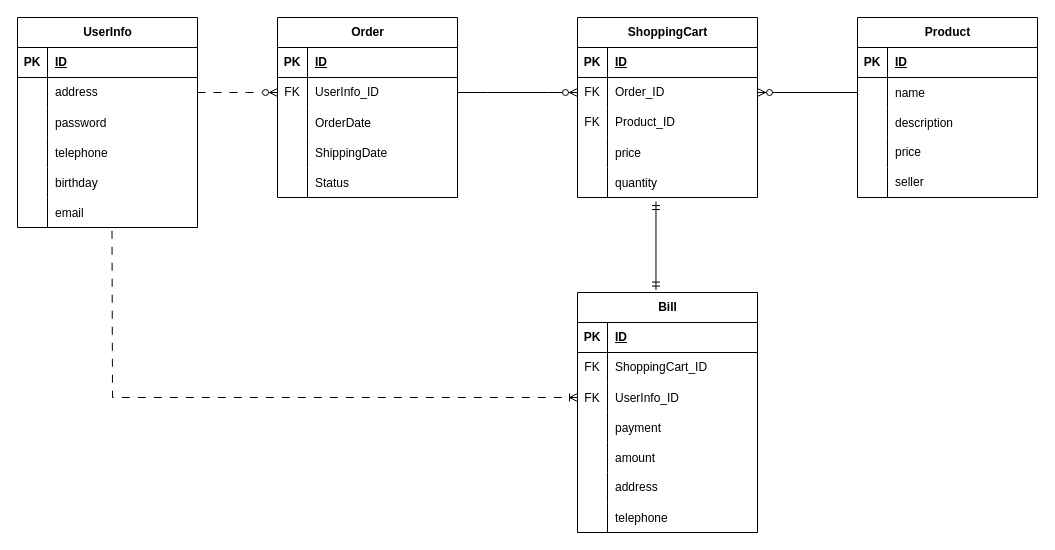
Earlier version of the draw.io diagram 未命名绘图.drawio (gyes990123/Lab_A). Source tidied: cells renumbered, new cells numbered last; positions are measured from the earlier drawing's top-left corner, leaving out a move shared by most shapes. Both pictures are drawn from the tidied source at 100%, with x=0, y=0 at pixel (17, 17).
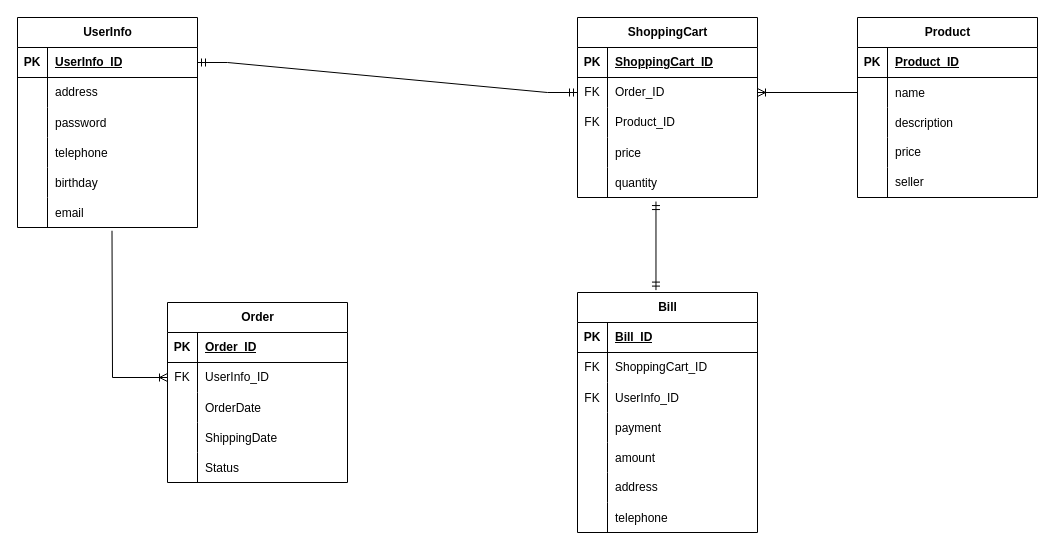
The same page after the edit.

Commit message:
更新未命名绘图.drawio

Unchanged cells that the change refers to:
```xml
<mxCell id="3" style="shape=tableRow;horizontal=0;startSize=0;swimlaneHead=0;swimlaneBody=0;fillColor=none;points=[[0,0.5],[1,0.5]];portConstraint=eastwest;top=0;left=0;right=0;bottom=1;" parent="2" vertex="1">
  <mxGeometry y="30" width="180" height="30" as="geometry" />
</mxCell>
<mxCell id="6" style="shape=tableRow;horizontal=0;startSize=0;swimlaneHead=0;swimlaneBody=0;fillColor=none;points=[[0,0.5],[1,0.5]];portConstraint=eastwest;top=0;left=0;right=0;bottom=0;" parent="2" vertex="1">
  <mxGeometry y="60" width="180" height="30" as="geometry" />
</mxCell>
<mxCell id="18" style="shape=tableRow;horizontal=0;startSize=0;swimlaneHead=0;swimlaneBody=0;fillColor=none;points=[[0,0.5],[1,0.5]];portConstraint=eastwest;top=0;left=0;right=0;bottom=0;" parent="2" vertex="1">
  <mxGeometry y="180" width="180" height="30" as="geometry" />
</mxCell>
<mxCell id="22" style="shape=tableRow;horizontal=0;startSize=0;swimlaneHead=0;swimlaneBody=0;fillColor=none;top=0;left=0;right=0;bottom=1;" parent="21" vertex="1">
  <mxGeometry y="30" width="180" height="30" as="geometry" />
</mxCell>
<mxCell id="25" style="shape=tableRow;horizontal=0;startSize=0;swimlaneHead=0;swimlaneBody=0;fillColor=none;points=[[0,0.5],[1,0.5]];portConstraint=eastwest;top=0;left=0;right=0;bottom=0;" parent="21" vertex="1">
  <mxGeometry y="60" width="180" height="30" as="geometry" />
</mxCell>
<mxCell id="38" style="shape=tableRow;horizontal=0;startSize=0;swimlaneHead=0;swimlaneBody=0;fillColor=none;top=0;left=0;right=0;bottom=1;" parent="37" vertex="1">
  <mxGeometry y="30" width="180" height="30" as="geometry" />
</mxCell>
<mxCell id="44" style="shape=tableRow;horizontal=0;startSize=0;swimlaneHead=0;swimlaneBody=0;fillColor=none;points=[[0,0.5],[1,0.5]];portConstraint=eastwest;top=0;left=0;right=0;bottom=0;" parent="37" vertex="1">
  <mxGeometry y="90" width="180" height="30" as="geometry" />
</mxCell>
<mxCell id="60" style="shape=tableRow;horizontal=0;startSize=0;swimlaneHead=0;swimlaneBody=0;fillColor=none;top=0;left=0;right=0;bottom=1;" parent="59" vertex="1">
  <mxGeometry y="30" width="180" height="30" as="geometry" />
</mxCell>
<mxCell id="63" style="shape=tableRow;horizontal=0;startSize=0;swimlaneHead=0;swimlaneBody=0;fillColor=none;points=[[0,0.5],[1,0.5]];portConstraint=eastwest;top=0;left=0;right=0;bottom=0;" parent="59" vertex="1">
  <mxGeometry y="60" width="180" height="30" as="geometry" />
</mxCell>
<mxCell id="76" style="shape=tableRow;horizontal=0;startSize=0;swimlaneHead=0;swimlaneBody=0;fillColor=none;top=0;left=0;right=0;bottom=1;" parent="75" vertex="1">
  <mxGeometry y="30" width="180" height="30" as="geometry" />
</mxCell>
<mxCell id="79" style="shape=tableRow;horizontal=0;startSize=0;swimlaneHead=0;swimlaneBody=0;fillColor=none;points=[[0,0.5],[1,0.5]];portConstraint=eastwest;top=0;left=0;right=0;bottom=0;" parent="75" vertex="1">
  <mxGeometry y="60" width="180" height="30" as="geometry" />
</mxCell>
```

What changed in the source:
```diff
@@
-    <mxCell id="5" value="ID" style="shape=partialRectangle;fillColor=none;top=0;left=0;bottom=0;right=0;align=left;spacingLeft=6;fontStyle=5;overflow=hidden;whiteSpace=wrap;html=1;" parent="3" vertex="1">
+    <mxCell id="5" value="UserInfo_ID" style="shape=partialRectangle;fillColor=none;top=0;left=0;bottom=0;right=0;align=left;spacingLeft=6;fontStyle=5;overflow=hidden;whiteSpace=wrap;html=1;" parent="3" vertex="1">
       <mxGeometry x="30" width="150" height="30" as="geometry" />
     </mxCell>
@@
-    <mxCell id="24" value="ID" style="shape=partialRectangle;fillColor=none;top=0;left=0;bottom=0;right=0;align=left;spacingLeft=6;fontStyle=5;overflow=hidden;whiteSpace=wrap;html=1;" parent="22" vertex="1">
+    <mxCell id="24" value="ShoppingCart_ID" style="shape=partialRectangle;fillColor=none;top=0;left=0;bottom=0;right=0;align=left;spacingLeft=6;fontStyle=5;overflow=hidden;whiteSpace=wrap;html=1;" parent="22" vertex="1">
       <mxGeometry x="30" width="150" height="30" as="geometry" />
     </mxCell>
@@
-    <mxCell id="40" value="ID" style="shape=partialRectangle;fillColor=none;top=0;left=0;bottom=0;right=0;align=left;spacingLeft=6;fontStyle=5;overflow=hidden;whiteSpace=wrap;html=1;" parent="38" vertex="1">
+    <mxCell id="40" value="Bill_ID" style="shape=partialRectangle;fillColor=none;top=0;left=0;bottom=0;right=0;align=left;spacingLeft=6;fontStyle=5;overflow=hidden;whiteSpace=wrap;html=1;" parent="38" vertex="1">
       <mxGeometry x="30" width="150" height="30" as="geometry" />
     </mxCell>
@@
-    <mxCell id="62" value="ID" style="shape=partialRectangle;fillColor=none;top=0;left=0;bottom=0;right=0;align=left;spacingLeft=6;fontStyle=5;overflow=hidden;whiteSpace=wrap;html=1;" parent="60" vertex="1">
+    <mxCell id="62" value="Product_ID" style="shape=partialRectangle;fillColor=none;top=0;left=0;bottom=0;right=0;align=left;spacingLeft=6;fontStyle=5;overflow=hidden;whiteSpace=wrap;html=1;" parent="60" vertex="1">
       <mxGeometry x="30" width="150" height="30" as="geometry" />
     </mxCell>
@@
     <mxCell id="75" value="Order" style="shape=table;startSize=30;childLayout=tableLayout;rowLines=0;fontStyle=1;align=center;html=1;" parent="1" vertex="1">
-      <mxGeometry x="260" width="180" height="180" as="geometry" />
+      <mxGeometry x="150" y="285" width="180" height="180" as="geometry" />
     </mxCell>
@@
-    <mxCell id="78" value="ID" style="shape=partialRectangle;fillColor=none;top=0;left=0;bottom=0;right=0;align=left;spacingLeft=6;fontStyle=5;overflow=hidden;whiteSpace=wrap;html=1;" parent="76" vertex="1">
+    <mxCell id="78" value="Order_ID" style="shape=partialRectangle;fillColor=none;top=0;left=0;bottom=0;right=0;align=left;spacingLeft=6;fontStyle=5;overflow=hidden;whiteSpace=wrap;html=1;" parent="76" vertex="1">
       <mxGeometry x="30" width="150" height="30" as="geometry" />
     </mxCell>
@@
-    <mxCell id="91" style="fontSize=12;html=1;endArrow=ERoneToMany;rounded=0;exitX=0.525;exitY=1.108;exitDx=0;exitDy=0;exitPerimeter=0;entryX=0;entryY=0.5;entryDx=0;entryDy=0;endFill=0;dashed=1;dashPattern=8 8;" parent="1" edge="1" source="18" target="44">
+    <mxCell id="91" style="fontSize=12;html=1;endArrow=ERoneToMany;rounded=0;exitX=0.525;exitY=1.108;exitDx=0;exitDy=0;exitPerimeter=0;endFill=0;entryX=0;entryY=0.5;entryDx=0;entryDy=0;" parent="1" edge="1" source="18" target="79">
       <mxGeometry relative="1" as="geometry">
         <Array as="points">
-          <mxPoint x="95" y="380" />
+          <mxPoint x="95" y="360" />
         </Array>
       </mxGeometry>
     </mxCell>
-    <mxCell id="92" style="edgeStyle=entityRelationEdgeStyle;fontSize=12;html=1;endArrow=ERzeroToMany;endFill=0;rounded=0;exitX=1;exitY=0.5;exitDx=0;exitDy=0;entryX=0;entryY=0.5;entryDx=0;entryDy=0;dashed=1;dashPattern=8 8;" parent="1" edge="1" source="6" target="79">
-      <mxGeometry relative="1" as="geometry">
-        <Array as="points">
-          <mxPoint x="490" y="265" />
-        </Array>
-      </mxGeometry>
-    </mxCell>
-    <mxCell id="93" style="edgeStyle=entityRelationEdgeStyle;fontSize=12;html=1;endArrow=ERzeroToMany;endFill=1;rounded=0;exitX=1;exitY=0.5;exitDx=0;exitDy=0;entryX=0;entryY=0.5;entryDx=0;entryDy=0;" parent="1" edge="1" source="79" target="25">
-      <mxGeometry relative="1" as="geometry">
-        <Array as="points">
-          <mxPoint x="520" y="75" />
-        </Array>
-      </mxGeometry>
-    </mxCell>
-    <mxCell id="94" style="fontSize=12;html=1;endArrow=ERzeroToMany;endFill=1;rounded=0;exitX=0;exitY=0.5;exitDx=0;exitDy=0;entryX=1;entryY=0.5;entryDx=0;entryDy=0;" parent="1" edge="1" source="63" target="25">
+    <mxCell id="94" style="fontSize=12;html=1;endArrow=ERoneToMany;endFill=0;rounded=0;exitX=0;exitY=0.5;exitDx=0;exitDy=0;entryX=1;entryY=0.5;entryDx=0;entryDy=0;" parent="1" edge="1" source="63" target="25">
       <mxGeometry relative="1" as="geometry" />
     </mxCell>
@@
+    <mxCell id="96" style="edgeStyle=entityRelationEdgeStyle;fontSize=12;html=1;endArrow=ERmandOne;startArrow=ERmandOne;rounded=0;exitX=1;exitY=0.5;exitDx=0;exitDy=0;entryX=0;entryY=0.5;entryDx=0;entryDy=0;" parent="1" edge="1" source="3" target="25">
+      <mxGeometry relative="1" as="geometry" />
+    </mxCell>
```
